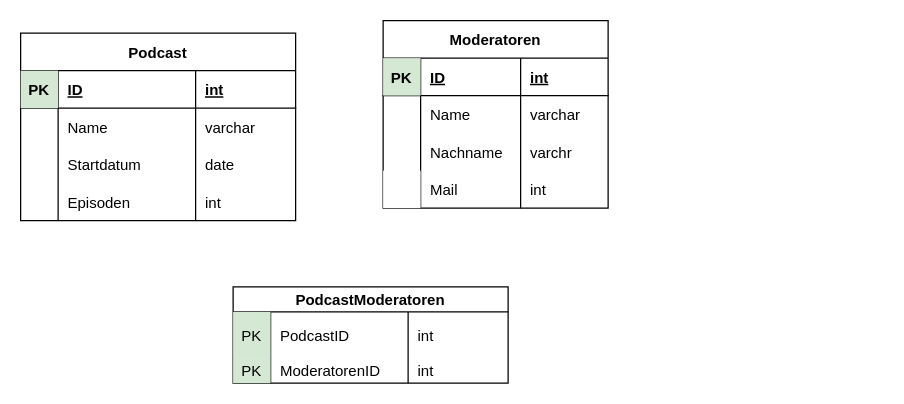
The draw.io diagram page "Podcast" (2 of 2) of 2023_2024/podcast/demo.drawio in Gymnasium-Lerchenfeld/Wp10_WebSites, before the edit. Source tidied: cells renumbered, new cells numbered last; positions are measured from the earlier drawing's top-left corner, leaving out a move shared by most shapes. Both pictures are drawn from the tidied source at 125%, with x=0, y=0 at pixel (20, 20).
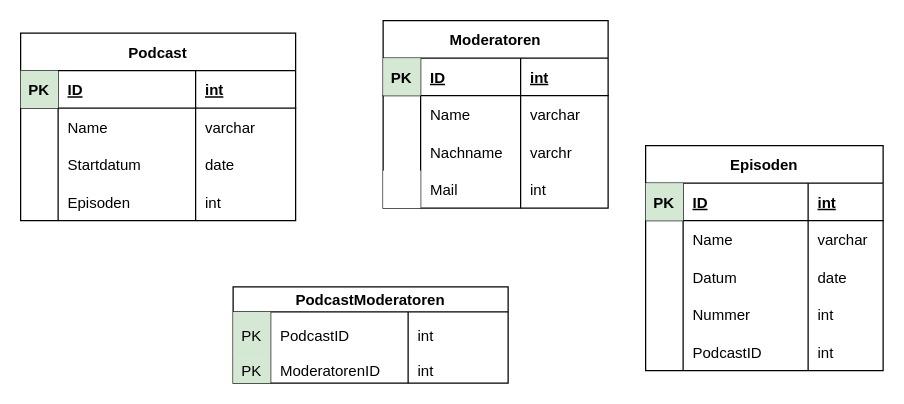
Above is the later version.

Commit message:
podcast datenkbanken episoden

Change to the diagram source:
```diff
@@
+    <mxCell id="45" value="Episoden" style="shape=table;startSize=30;childLayout=tableLayout;rowLines=0;fontStyle=1;align=center;labelBackgroundColor=none;" parent="1" vertex="1">
+      <mxGeometry x="500" y="100" width="190" height="180" as="geometry" />
+    </mxCell>
+    <mxCell id="46" style="shape=partialRectangle;fillColor=none;top=0;left=0;bottom=1;right=0;" parent="45" vertex="1">
+      <mxGeometry y="30" width="190" height="30" as="geometry" />
+    </mxCell>
+    <mxCell id="47" value="PK" style="shape=partialRectangle;fillColor=#d5e8d4;top=0;left=0;bottom=0;right=0;fontStyle=1;overflow=hidden;strokeColor=#82b366;" parent="46" vertex="1">
+      <mxGeometry width="30" height="30" as="geometry" />
+    </mxCell>
+    <mxCell id="48" value="ID" style="shape=partialRectangle;fillColor=none;top=0;left=0;bottom=0;right=0;align=left;spacingLeft=6;fontStyle=5;overflow=hidden;" parent="46" vertex="1">
+      <mxGeometry x="30" width="100" height="30" as="geometry" />
+    </mxCell>
+    <mxCell id="49" value="int" style="shape=partialRectangle;fillColor=none;top=0;left=0;bottom=0;right=0;align=left;spacingLeft=6;fontStyle=5;overflow=hidden;" parent="46" vertex="1">
+      <mxGeometry x="130" width="60" height="30" as="geometry" />
+    </mxCell>
+    <mxCell id="50" style="shape=partialRectangle;fillColor=none;top=0;left=0;bottom=0;right=0;" parent="45" vertex="1">
+      <mxGeometry y="60" width="190" height="30" as="geometry" />
+    </mxCell>
+    <mxCell id="51" style="shape=partialRectangle;fillColor=none;top=0;left=0;bottom=0;right=0;overflow=hidden;" parent="50" vertex="1">
+      <mxGeometry width="30" height="30" as="geometry" />
+    </mxCell>
+    <mxCell id="52" value="Name" style="shape=partialRectangle;fillColor=none;top=0;left=0;bottom=0;right=0;align=left;spacingLeft=6;overflow=hidden;" parent="50" vertex="1">
+      <mxGeometry x="30" width="100" height="30" as="geometry" />
+    </mxCell>
+    <mxCell id="53" value="varchar" style="shape=partialRectangle;fillColor=none;top=0;left=0;bottom=0;right=0;align=left;spacingLeft=6;overflow=hidden;" parent="50" vertex="1">
+      <mxGeometry x="130" width="60" height="30" as="geometry" />
+    </mxCell>
+    <mxCell id="54" style="shape=partialRectangle;fillColor=none;top=0;left=0;bottom=0;right=0;" parent="45" vertex="1">
+      <mxGeometry y="90" width="190" height="30" as="geometry" />
+    </mxCell>
+    <mxCell id="55" style="shape=partialRectangle;fillColor=none;top=0;left=0;bottom=0;right=0;overflow=hidden;" parent="54" vertex="1">
+      <mxGeometry width="30" height="30" as="geometry" />
+    </mxCell>
+    <mxCell id="56" value="Datum" style="shape=partialRectangle;fillColor=none;top=0;left=0;bottom=0;right=0;align=left;spacingLeft=6;overflow=hidden;" parent="54" vertex="1">
+      <mxGeometry x="30" width="100" height="30" as="geometry" />
+    </mxCell>
+    <mxCell id="57" value="date" style="shape=partialRectangle;fillColor=none;top=0;left=0;bottom=0;right=0;align=left;spacingLeft=6;overflow=hidden;" parent="54" vertex="1">
+      <mxGeometry x="130" width="60" height="30" as="geometry" />
+    </mxCell>
+    <mxCell id="58" style="shape=partialRectangle;fillColor=none;top=0;left=0;bottom=0;right=0;" parent="45" vertex="1">
+      <mxGeometry y="120" width="190" height="30" as="geometry" />
+    </mxCell>
+    <mxCell id="59" style="shape=partialRectangle;fillColor=none;top=0;left=0;bottom=0;right=0;overflow=hidden;" parent="58" vertex="1">
+      <mxGeometry width="30" height="30" as="geometry" />
+    </mxCell>
+    <mxCell id="60" value="Nummer" style="shape=partialRectangle;fillColor=none;top=0;left=0;bottom=0;right=0;align=left;spacingLeft=6;overflow=hidden;" parent="58" vertex="1">
+      <mxGeometry x="30" width="100" height="30" as="geometry" />
+    </mxCell>
+    <mxCell id="61" value="int" style="shape=partialRectangle;fillColor=none;top=0;left=0;bottom=0;right=0;align=left;spacingLeft=6;overflow=hidden;" parent="58" vertex="1">
+      <mxGeometry x="130" width="60" height="30" as="geometry" />
+    </mxCell>
+    <mxCell id="62" style="shape=partialRectangle;fillColor=none;top=0;left=0;bottom=0;right=0;" parent="45" vertex="1">
+      <mxGeometry y="150" width="190" height="30" as="geometry" />
+    </mxCell>
+    <mxCell id="63" style="shape=partialRectangle;fillColor=none;top=0;left=0;bottom=0;right=0;overflow=hidden;" parent="62" vertex="1">
+      <mxGeometry width="30" height="30" as="geometry" />
+    </mxCell>
+    <mxCell id="64" value="PodcastID" style="shape=partialRectangle;fillColor=none;top=0;left=0;bottom=0;right=0;align=left;spacingLeft=6;overflow=hidden;" parent="62" vertex="1">
+      <mxGeometry x="30" width="100" height="30" as="geometry" />
+    </mxCell>
+    <mxCell id="65" value="int" style="shape=partialRectangle;fillColor=none;top=0;left=0;bottom=0;right=0;align=left;spacingLeft=6;overflow=hidden;" parent="62" vertex="1">
+      <mxGeometry x="130" width="60" height="30" as="geometry" />
+    </mxCell>
```
